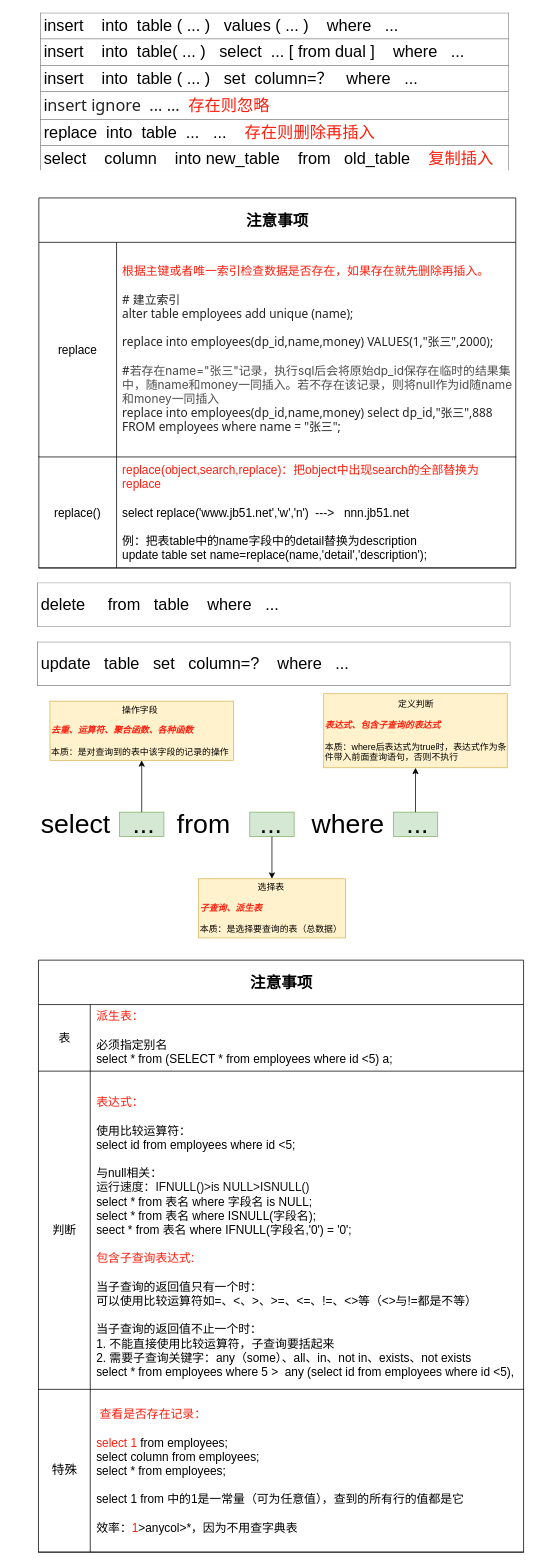
Before: draw_io/数据库.drawio in HHHao-1/Learning, a draw.io diagram. Source tidied: cells renumbered, new cells numbered last; positions are measured from the earlier drawing's top-left corner, leaving out a move shared by most shapes. Both pictures are drawn from the tidied source at 74%, with x=0, y=0 at pixel (13, 13).
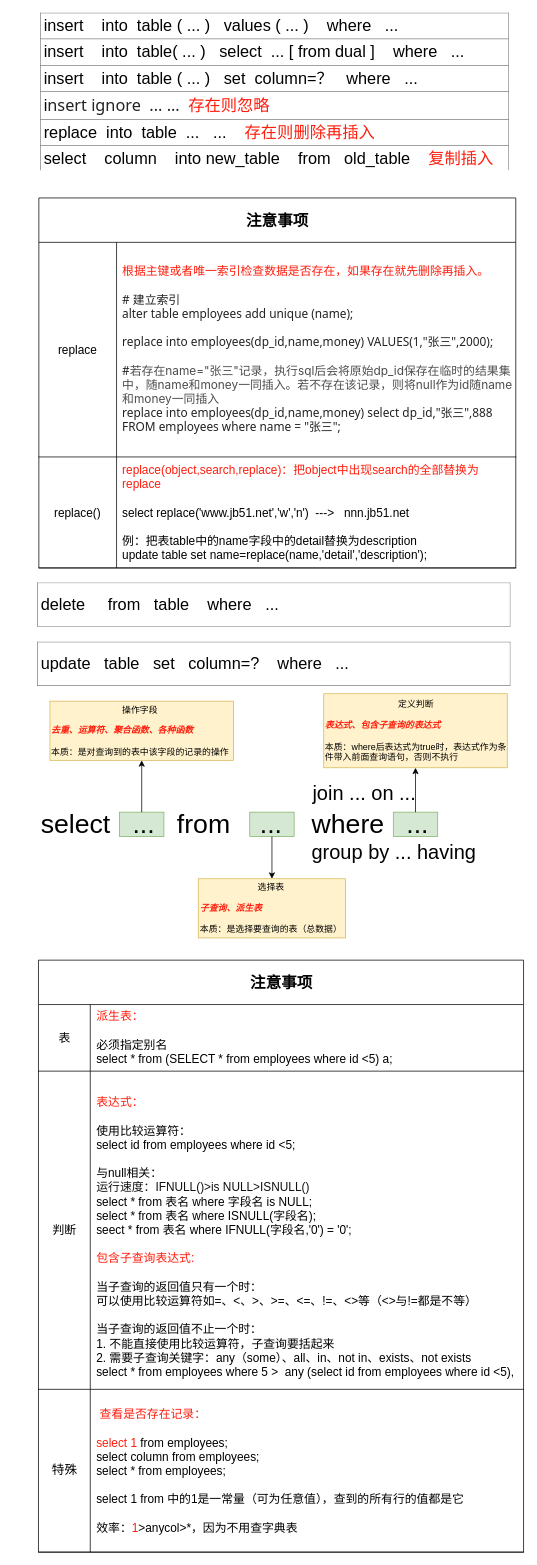
The same page after the edit.

The edit, as a diff of the source:
```diff
@@
+    <mxCell id="32" value="&lt;span style=&quot;font-size: 27px&quot;&gt;join ... on ...&lt;/span&gt;" style="text;html=1;strokeColor=none;fillColor=none;align=center;verticalAlign=middle;whiteSpace=wrap;rounded=0;" parent="1" vertex="1">
+      <mxGeometry x="360" y="1020" width="230" height="70" as="geometry" />
+    </mxCell>
+    <mxCell id="33" value="&lt;font style=&quot;font-size: 27px&quot;&gt;group by ... having&lt;/font&gt;" style="text;html=1;strokeColor=none;fillColor=none;align=center;verticalAlign=middle;whiteSpace=wrap;rounded=0;" parent="1" vertex="1">
+      <mxGeometry x="400" y="1100" width="230" height="70" as="geometry" />
+    </mxCell>
```
